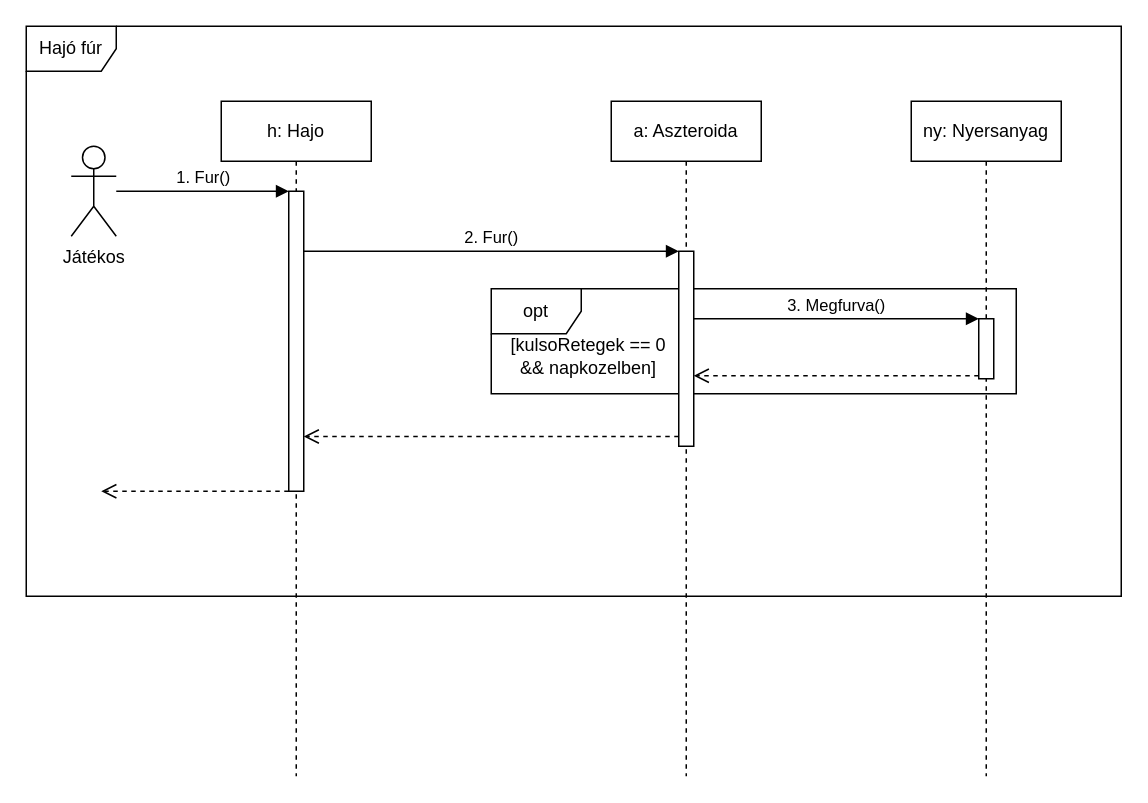
The draw.io diagram doc/uml/ship_drills.drawio in torpeBoiGo/aszteroidabanyaszat, before the edit. Source tidied: cells renumbered, new cells numbered last; positions are measured from the earlier drawing's top-left corner, leaving out a move shared by most shapes. Both pictures are drawn from the tidied source at 150%, with x=0, y=0 at pixel (26, 26).
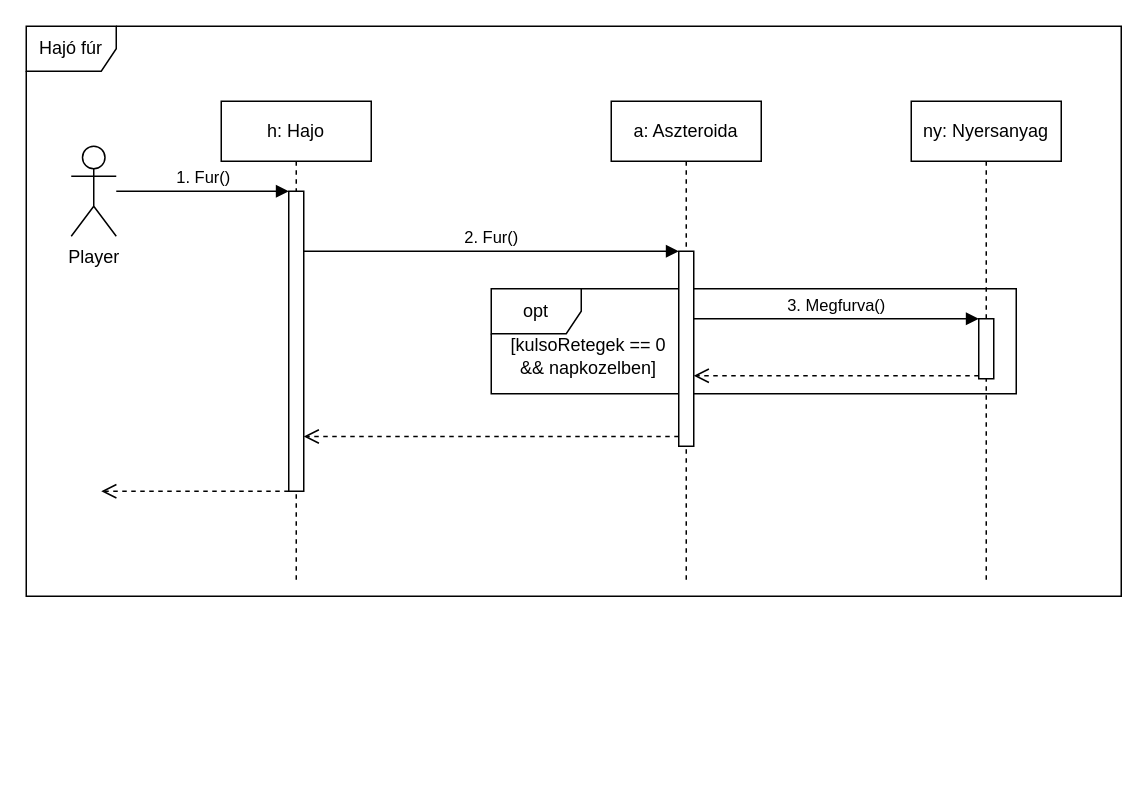
The same page after the edit.

The edit, as a diff of the source:
```diff
@@
 <mxGraphModel>
   <root>
     <mxCell id="0" />
     <mxCell id="1" parent="0" />
+    <mxCell id="17" value="Hajó fúr" style="shape=umlFrame;whiteSpace=wrap;html=1;" parent="1" vertex="1">
+      <mxGeometry width="730" height="380" as="geometry" />
+    </mxCell>
     <mxCell id="2" value="opt" style="shape=umlFrame;whiteSpace=wrap;html=1;" parent="1" vertex="1">
       <mxGeometry x="310" y="175" width="350" height="70" as="geometry" />
     </mxCell>
     <mxCell id="3" value="h: Hajo" style="shape=umlLifeline;perimeter=lifelinePerimeter;whiteSpace=wrap;html=1;" parent="1" vertex="1">
-      <mxGeometry x="130" y="50" width="100" height="450" as="geometry" />
+      <mxGeometry x="130" y="50" width="100" height="320" as="geometry" />
     </mxCell>
     <mxCell id="4" style="html=1;points=[];perimeter=orthogonalPerimeter;" parent="3" vertex="1">
       <mxGeometry x="45" y="60" width="10" height="200" as="geometry" />
     </mxCell>
     <mxCell id="5" value="1. Fur()" style="html=1;verticalAlign=bottom;endArrow=block;entryX=0;entryY=0;" parent="3" edge="1" target="4">
       <mxGeometry relative="1" as="geometry">
         <mxPoint x="-70" y="60" as="sourcePoint" />
       </mxGeometry>
     </mxCell>
     <mxCell id="6" style="html=1;verticalAlign=bottom;endArrow=open;dashed=1;endSize=8;" parent="3" edge="1" source="4">
       <mxGeometry x="0.24" y="77" relative="1" as="geometry">
         <mxPoint x="-80" y="260" as="targetPoint" />
       </mxGeometry>
     </mxCell>
     <mxCell id="7" value="a: Aszteroida" style="shape=umlLifeline;perimeter=lifelinePerimeter;whiteSpace=wrap;html=1;" parent="1" vertex="1">
-      <mxGeometry x="390" y="50" width="100" height="450" as="geometry" />
+      <mxGeometry x="390" y="50" width="100" height="320" as="geometry" />
     </mxCell>
     <mxCell id="8" style="html=1;points=[];perimeter=orthogonalPerimeter;" parent="7" vertex="1">
       <mxGeometry x="45" y="100" width="10" height="130" as="geometry" />
     </mxCell>
     <mxCell id="9" value="2. Fur()" style="html=1;verticalAlign=bottom;endArrow=block;entryX=0;entryY=0;" parent="1" edge="1" source="4" target="8">
       <mxGeometry relative="1" as="geometry" />
     </mxCell>
     <mxCell id="10" style="html=1;verticalAlign=bottom;endArrow=open;dashed=1;endSize=8;exitX=0;exitY=0.95;" parent="1" edge="1" source="8" target="4">
       <mxGeometry x="0.02" y="54" relative="1" as="geometry" />
     </mxCell>
     <mxCell id="11" value="ny: Nyersanyag" style="shape=umlLifeline;perimeter=lifelinePerimeter;whiteSpace=wrap;html=1;" parent="1" vertex="1">
-      <mxGeometry x="590" y="50" width="100" height="450" as="geometry" />
+      <mxGeometry x="590" y="50" width="100" height="320" as="geometry" />
     </mxCell>
     <mxCell id="12" style="html=1;points=[];perimeter=orthogonalPerimeter;" parent="11" vertex="1">
       <mxGeometry x="45" y="145" width="10" height="40" as="geometry" />
     </mxCell>
     <mxCell id="13" value="3. Megfurva()" style="html=1;verticalAlign=bottom;endArrow=block;entryX=0;entryY=0;" parent="1" edge="1" source="8" target="12">
       <mxGeometry relative="1" as="geometry" />
     </mxCell>
     <mxCell id="14" style="html=1;verticalAlign=bottom;endArrow=open;dashed=1;endSize=8;exitX=0;exitY=0.95;" parent="1" edge="1" source="12" target="8">
       <mxGeometry x="-0.09" y="52" relative="1" as="geometry" />
     </mxCell>
     <mxCell id="15" value="[kulsoRetegek == 0 &amp;amp;&amp;amp; napkozelben]" style="text;html=1;strokeColor=none;fillColor=none;align=center;verticalAlign=middle;whiteSpace=wrap;rounded=0;" parent="1" vertex="1">
       <mxGeometry x="320" y="210" width="110" height="20" as="geometry" />
     </mxCell>
-    <mxCell id="16" value="Játékos" style="shape=umlActor;verticalLabelPosition=bottom;verticalAlign=top;html=1;" parent="1" vertex="1">
+    <mxCell id="16" value="Player" style="shape=umlActor;verticalLabelPosition=bottom;verticalAlign=top;html=1;" parent="1" vertex="1">
       <mxGeometry x="30" y="80" width="30" height="60" as="geometry" />
     </mxCell>
-    <mxCell id="17" value="Hajó fúr" style="shape=umlFrame;whiteSpace=wrap;html=1;" parent="1" vertex="1">
-      <mxGeometry width="730" height="380" as="geometry" />
-    </mxCell>
   </root>
 </mxGraphModel>
```
